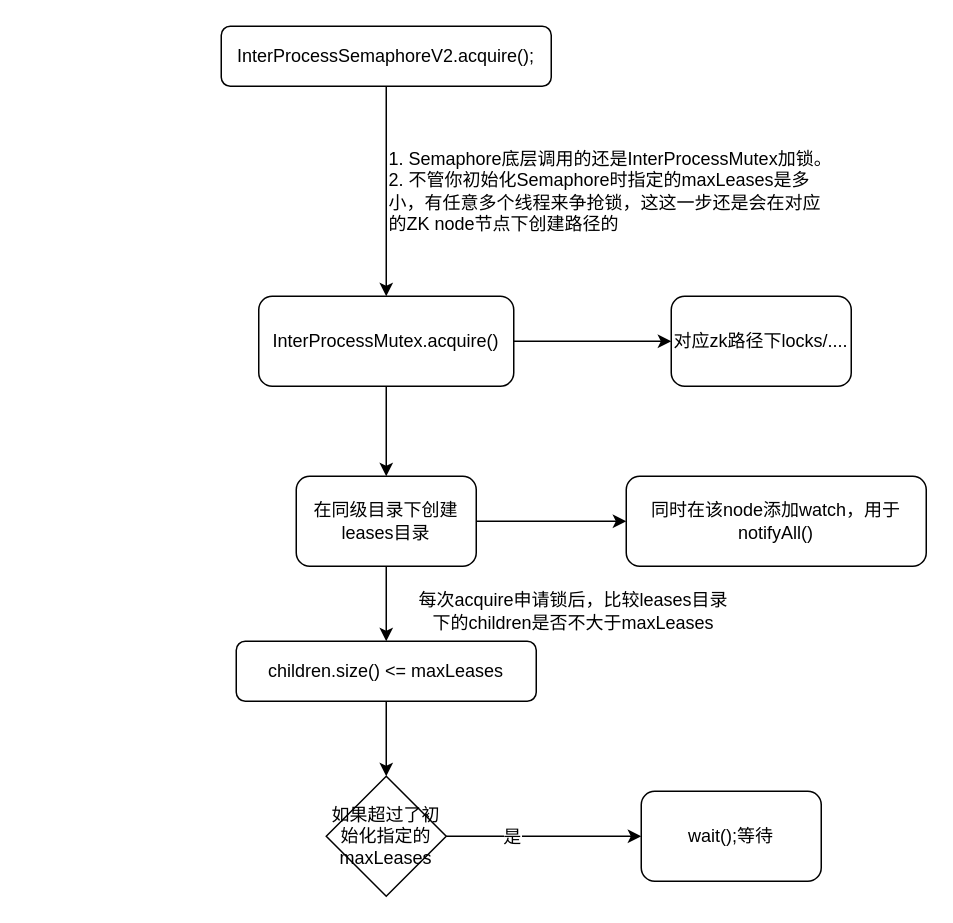
Earlier version of the draw.io diagram 微服务/分布式锁/04_zookeeper分布式锁：Semaphore信号量.drawio (chenshuai1995/a-imgs). Source tidied: cells renumbered, new cells numbered last; positions are measured from the earlier drawing's top-left corner, leaving out a move shared by most shapes. Both pictures are drawn from the tidied source at 150%, with x=0, y=0 at pixel (220, 26).
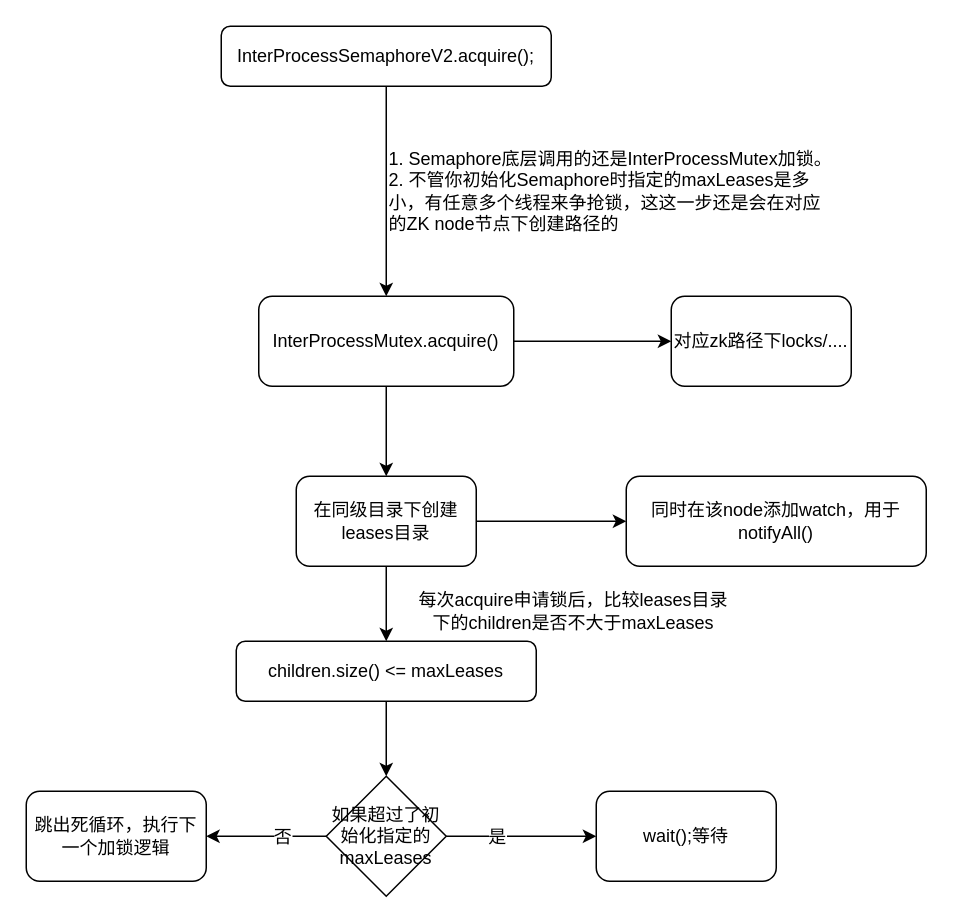
After the change.

Commit message (it also covers changes not shown here):
更新04_zookeeper分布式锁：Semaphore信号量.drawio

The change refers to these unchanged cells:
```xml
<mxCell id="17" value="如果超过了初始化指定的maxLeases" style="rhombus;whiteSpace=wrap;html=1;align=center;" parent="1" vertex="1">
  <mxGeometry x="70" y="500" width="80" height="80" as="geometry" />
</mxCell>
```

Diff of the diagram source:
```diff
@@
+    <mxCell id="20" style="edgeStyle=orthogonalEdgeStyle;rounded=0;jettySize=auto;html=1;entryX=1;entryY=0.5;entryDx=0;entryDy=0;" parent="1" edge="1" source="17" target="22">
+      <mxGeometry relative="1" as="geometry" />
+    </mxCell>
+    <mxCell id="21" value="否" style="text;html=1;align=center;verticalAlign=middle;labelBackgroundColor=#ffffff;" parent="20" vertex="1">
+      <mxGeometry x="0.25" y="2" relative="1" as="geometry">
+        <mxPoint x="20" y="-2" as="offset" />
+      </mxGeometry>
+    </mxCell>
@@
     <mxCell id="18" value="wait();等待" style="rounded=1;whiteSpace=wrap;html=1;align=center;" parent="1" vertex="1">
-      <mxGeometry x="280" y="510" width="120" height="60" as="geometry" />
+      <mxGeometry x="250" y="510" width="120" height="60" as="geometry" />
     </mxCell>
@@
+    <mxCell id="22" value="跳出死循环，执行下一个加锁逻辑" style="rounded=1;whiteSpace=wrap;html=1;align=center;" parent="1" vertex="1">
+      <mxGeometry x="-130" y="510" width="120" height="60" as="geometry" />
+    </mxCell>
```
